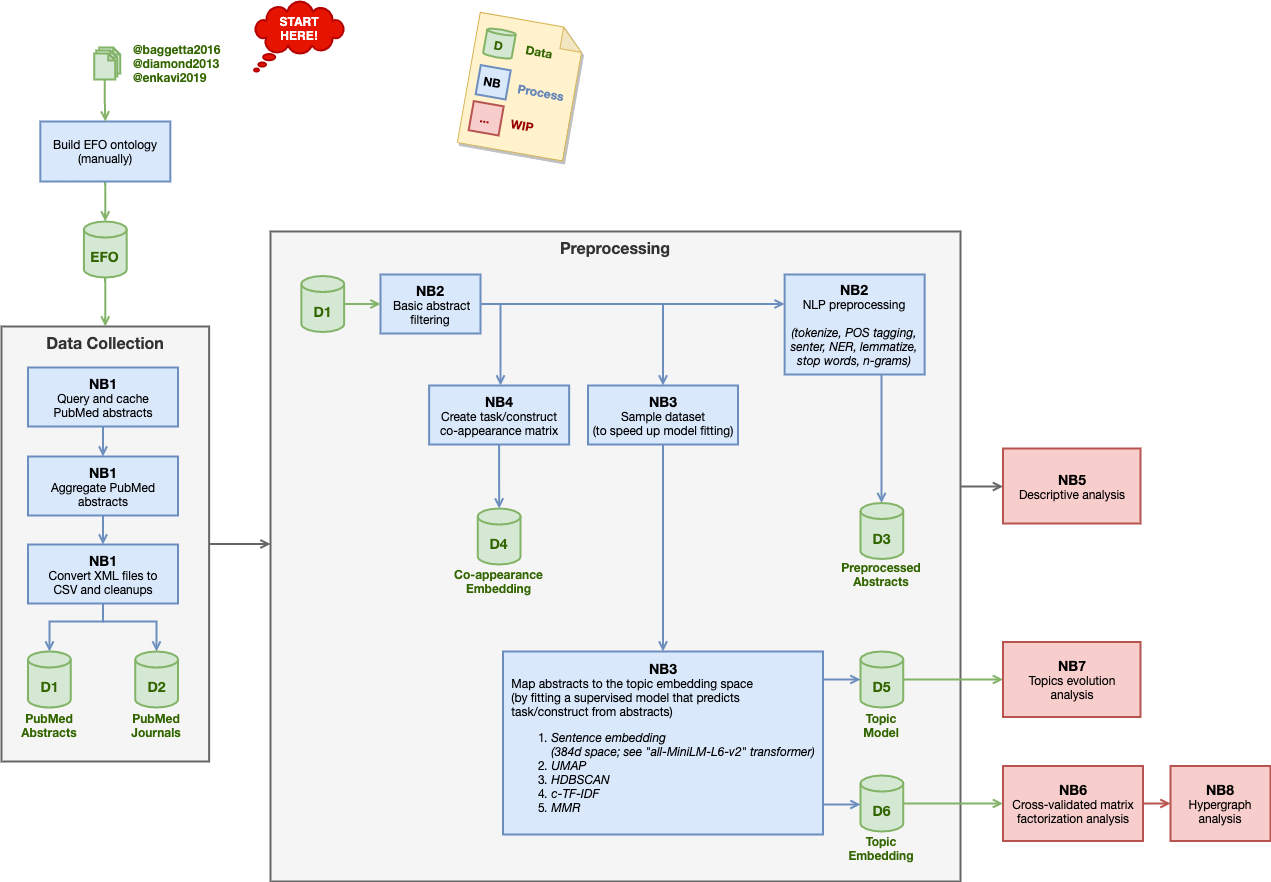
The draw.io diagram docs/pipeline.drawio.png in morteza/CogText, before a commit. Source tidied: cells renumbered, new cells last; positions are measured from the earlier drawing's top-left corner, leaving out a move shared by most shapes.
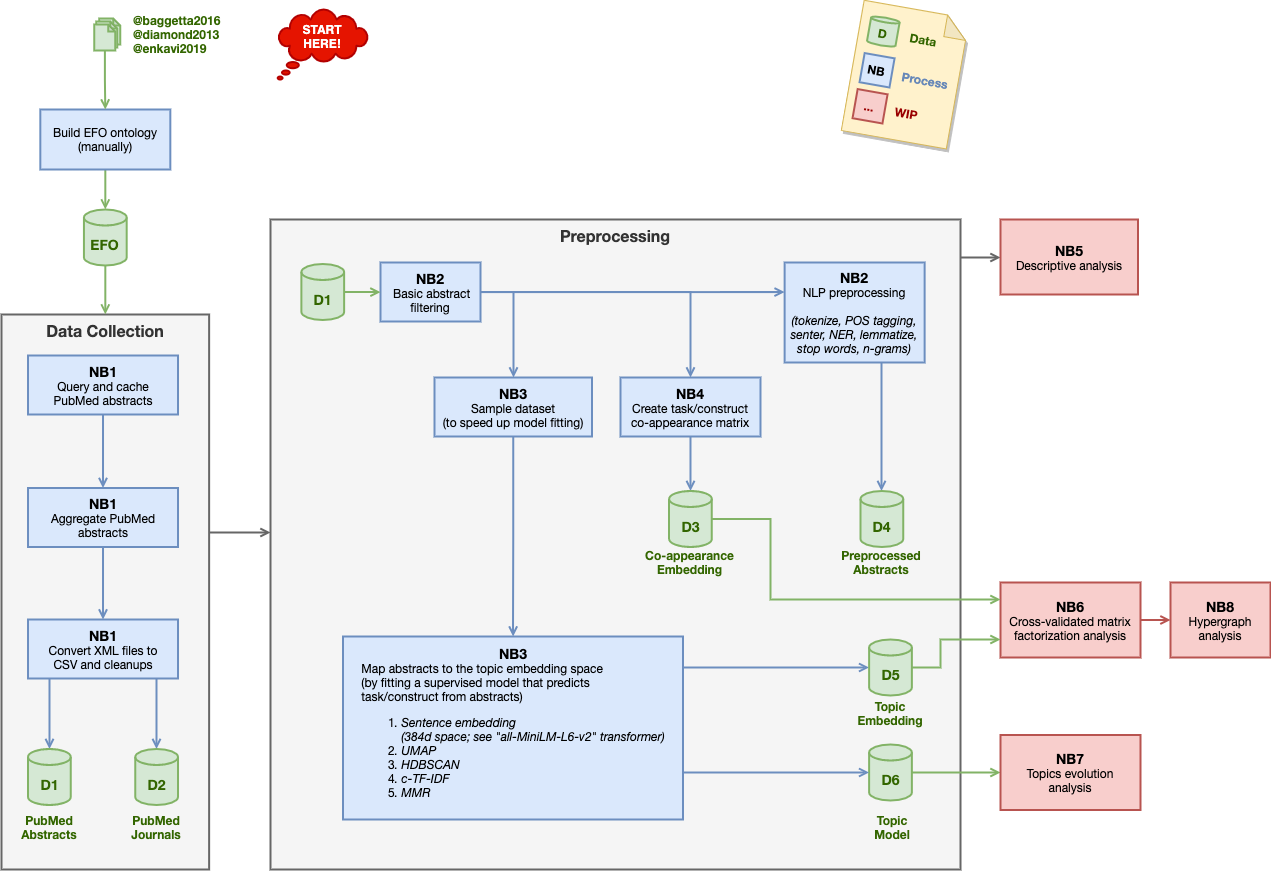
The same file after the commit.

Commit message:
change pipeline layout to make it a bit more readable while waiting for the traininng to be complete

Change to the diagram source:
```diff
@@ -7,4 +7,4 @@
         <Array as="points">
-          <mxPoint x="989" y="485" />
-          <mxPoint x="989" y="485" />
+          <mxPoint x="979" y="268" />
+          <mxPoint x="979" y="268" />
         </Array>
@@ -24,3 +24,3 @@
     <mxCell id="5" value="Data Collection" style="rounded=0;whiteSpace=wrap;html=1;align=center;verticalAlign=top;fillColor=#f5f5f5;fontStyle=1;fontSize=16;strokeWidth=2;strokeColor=#666666;fontColor=#333333;fontFamily=Helvetica Neue;" parent="1" vertex="1">
-      <mxGeometry y="325" width="207.6" height="435" as="geometry" />
+      <mxGeometry y="325" width="207.6" height="555" as="geometry" />
     </mxCell>
@@ -42,3 +42,3 @@
     <mxCell id="11" value="&lt;div&gt;&lt;/div&gt;&lt;b style=&quot;font-size: 14px&quot;&gt;&lt;div&gt;&lt;b&gt;&lt;font style=&quot;font-size: 14px&quot;&gt;NB6&lt;/font&gt;&lt;/b&gt;&lt;/div&gt;&lt;/b&gt;&lt;div&gt;Cross-validated matrix factorization analysis&lt;/div&gt;" style="whiteSpace=wrap;html=1;shadow=0;fillColor=#f8cecc;strokeColor=#b85450;sketch=0;verticalAlign=middle;align=center;spacingLeft=0;strokeWidth=2;fontFamily=Helvetica Neue;" parent="1" vertex="1">
-      <mxGeometry x="1001.5" y="764.5" width="140" height="75" as="geometry" />
+      <mxGeometry x="999" y="593" width="140" height="75" as="geometry" />
     </mxCell>
@@ -55,4 +55,4 @@
         <Array as="points">
-          <mxPoint x="102" y="620" />
-          <mxPoint x="155" y="620" />
+          <mxPoint x="155" y="710" />
+          <mxPoint x="155" y="710" />
         </Array>
@@ -63,4 +63,4 @@
         <Array as="points">
-          <mxPoint x="102" y="620" />
-          <mxPoint x="48" y="620" />
+          <mxPoint x="48" y="700" />
+          <mxPoint x="48" y="700" />
         </Array>
@@ -72,6 +72,6 @@
     <mxCell id="16" value="&lt;div&gt;&lt;/div&gt;&lt;b&gt;&lt;div&gt;&lt;b&gt;&lt;font style=&quot;font-size: 14px&quot;&gt;NB1&lt;/font&gt;&lt;/b&gt;&lt;/div&gt;&lt;/b&gt;&lt;div&gt;&lt;span&gt;Aggregate PubMed abstracts&lt;/span&gt;&lt;br&gt;&lt;/div&gt;" style="whiteSpace=wrap;html=1;shadow=0;fillColor=#dae8fc;strokeColor=#6c8ebf;sketch=0;verticalAlign=middle;align=center;spacingLeft=0;strokeWidth=2;fontFamily=Helvetica Neue;" parent="1" vertex="1">
-      <mxGeometry x="26.5" y="455" width="150" height="59" as="geometry" />
+      <mxGeometry x="26.5" y="498.5" width="150" height="59" as="geometry" />
     </mxCell>
     <mxCell id="17" value="D1" style="shape=cylinder3;whiteSpace=wrap;html=1;boundedLbl=1;backgroundOutline=1;size=8;shadow=0;glass=0;sketch=0;strokeColor=#82b366;fontStyle=1;fillColor=#d5e8d4;fontColor=#336600;fontSize=14;strokeWidth=2;fontFamily=Helvetica Neue;" parent="1" vertex="1">
-      <mxGeometry x="26.5" y="650" width="42.8" height="56" as="geometry" />
+      <mxGeometry x="26.5" y="759.5" width="42.8" height="56" as="geometry" />
     </mxCell>
@@ -81,3 +81,3 @@
     <mxCell id="19" value="&lt;b style=&quot;font-size: 14px&quot;&gt;NB4&lt;br&gt;&lt;/b&gt;Create task/construct&lt;br&gt;co-appearance matrix" style="whiteSpace=wrap;shadow=0;fillColor=#dae8fc;strokeColor=#6c8ebf;sketch=0;verticalAlign=middle;align=center;spacingLeft=0;html=1;strokeWidth=2;fontFamily=Helvetica Neue;" parent="1" vertex="1">
-      <mxGeometry x="427.6" y="384" width="140" height="59" as="geometry" />
+      <mxGeometry x="619" y="388" width="140" height="59" as="geometry" />
     </mxCell>
@@ -98,42 +98,29 @@
     <mxCell id="23" value="D2" style="shape=cylinder3;whiteSpace=wrap;html=1;boundedLbl=1;backgroundOutline=1;size=8;shadow=0;glass=0;sketch=0;strokeColor=#82b366;fontStyle=1;fillColor=#d5e8d4;fontColor=#336600;fontSize=14;strokeWidth=2;fontFamily=Helvetica Neue;" parent="1" vertex="1">
-      <mxGeometry x="133.8" y="650" width="42.8" height="56" as="geometry" />
+      <mxGeometry x="133.8" y="759.5" width="42.8" height="56" as="geometry" />
     </mxCell>
-    <mxCell id="24" value="D3" style="shape=cylinder3;whiteSpace=wrap;html=1;boundedLbl=1;backgroundOutline=1;size=8;shadow=0;glass=0;sketch=0;strokeColor=#82b366;fontStyle=1;fillColor=#d5e8d4;fontColor=#336600;fontSize=14;strokeWidth=2;fontFamily=Helvetica Neue;" parent="1" vertex="1">
+    <mxCell id="24" value="D4" style="shape=cylinder3;whiteSpace=wrap;html=1;boundedLbl=1;backgroundOutline=1;size=8;shadow=0;glass=0;sketch=0;strokeColor=#82b366;fontStyle=1;fillColor=#d5e8d4;fontColor=#336600;fontSize=14;strokeWidth=2;fontFamily=Helvetica Neue;" parent="1" vertex="1">
       <mxGeometry x="859" y="501.5" width="42.8" height="56" as="geometry" />
     </mxCell>
+    <mxCell id="66" style="edgeStyle=orthogonalEdgeStyle;rounded=0;jettySize=auto;html=1;endArrow=open;startSize=6;endSize=6;sourcePerimeterSpacing=0;targetPerimeterSpacing=0;fillColor=#d5e8d4;strokeColor=#82b366;strokeWidth=2;" parent="1" edge="1" source="25" target="11">
+      <mxGeometry relative="1" as="geometry">
+        <Array as="points">
+          <mxPoint x="769" y="530" />
+          <mxPoint x="769" y="610" />
+        </Array>
+      </mxGeometry>
+    </mxCell>
-    <mxCell id="25" value="D4" style="shape=cylinder3;whiteSpace=wrap;html=1;boundedLbl=1;backgroundOutline=1;size=8;shadow=0;glass=0;sketch=0;strokeColor=#82b366;fontStyle=1;fillColor=#d5e8d4;fontColor=#336600;fontSize=14;strokeWidth=2;fontFamily=Helvetica Neue;" parent="1" vertex="1">
-      <mxGeometry x="476.3" y="507" width="42.8" height="56" as="geometry" />
+    <mxCell id="25" value="D3" style="shape=cylinder3;whiteSpace=wrap;html=1;boundedLbl=1;backgroundOutline=1;size=8;shadow=0;glass=0;sketch=0;strokeColor=#82b366;fontStyle=1;fillColor=#d5e8d4;fontColor=#336600;fontSize=14;strokeWidth=2;fontFamily=Helvetica Neue;" parent="1" vertex="1">
+      <mxGeometry x="667.6" y="501.5" width="42.8" height="56" as="geometry" />
     </mxCell>
-    <mxCell id="26" style="edgeStyle=orthogonalEdgeStyle;rounded=0;jettySize=auto;html=1;fontSize=12;endArrow=open;endFill=0;startSize=6;endSize=6;sourcePerimeterSpacing=0;targetPerimeterSpacing=0;strokeWidth=2;fillColor=#d5e8d4;strokeColor=#82b366;fontFamily=Helvetica Neue;" parent="1" edge="1" source="27" target="11">
-      <mxGeometry relative="1" as="geometry">
-        <Array as="points">
-          <mxPoint x="1019" y="802" />
-          <mxPoint x="1019" y="802" />
-        </Array>
-      </mxGeometry>
-    </mxCell>
-    <mxCell id="27" value="D6" style="shape=cylinder3;whiteSpace=wrap;html=1;boundedLbl=1;backgroundOutline=1;size=8;shadow=0;glass=0;sketch=0;strokeColor=#82b366;fontStyle=1;fillColor=#d5e8d4;fontColor=#336600;fontSize=14;strokeWidth=2;fontFamily=Helvetica Neue;" parent="1" vertex="1">
-      <mxGeometry x="859" y="774" width="42.8" height="56" as="geometry" />
-    </mxCell>
-    <mxCell id="28" style="edgeStyle=orthogonalEdgeStyle;rounded=0;jettySize=auto;html=1;fontSize=16;endArrow=open;startSize=6;endSize=6;sourcePerimeterSpacing=0;targetPerimeterSpacing=0;strokeWidth=2;fillColor=#d5e8d4;strokeColor=#82b366;" parent="1" edge="1" source="29" target="39">
-      <mxGeometry relative="1" as="geometry">
-        <Array as="points">
-          <mxPoint x="1009" y="678" />
-          <mxPoint x="1009" y="678" />
-        </Array>
-      </mxGeometry>
+    <mxCell id="28" style="edgeStyle=orthogonalEdgeStyle;rounded=0;jettySize=auto;html=1;exitX=1;exitY=0.5;exitDx=0;exitDy=0;exitPerimeter=0;endArrow=open;startSize=6;endSize=6;sourcePerimeterSpacing=0;targetPerimeterSpacing=0;strokeWidth=2;fillColor=#d5e8d4;strokeColor=#82b366;" parent="1" edge="1" source="29" target="39">
+      <mxGeometry relative="1" as="geometry" />
     </mxCell>
-    <mxCell id="29" value="D5" style="shape=cylinder3;whiteSpace=wrap;html=1;boundedLbl=1;backgroundOutline=1;size=8;shadow=0;glass=0;sketch=0;strokeColor=#82b366;fontStyle=1;fillColor=#d5e8d4;fontColor=#336600;fontSize=14;strokeWidth=2;fontFamily=Helvetica Neue;" parent="1" vertex="1">
-      <mxGeometry x="859" y="650" width="42.8" height="56" as="geometry" />
+    <mxCell id="29" value="D6" style="shape=cylinder3;whiteSpace=wrap;html=1;boundedLbl=1;backgroundOutline=1;size=8;shadow=0;glass=0;sketch=0;strokeColor=#82b366;fontStyle=1;fillColor=#d5e8d4;fontColor=#336600;fontSize=14;strokeWidth=2;fontFamily=Helvetica Neue;" parent="1" vertex="1">
+      <mxGeometry x="867.6" y="755" width="42.8" height="56" as="geometry" />
     </mxCell>
     <mxCell id="30" style="edgeStyle=orthogonalEdgeStyle;rounded=0;jettySize=auto;html=1;fontSize=14;fontColor=#336600;endArrow=open;endFill=0;fillColor=#dae8fc;strokeColor=#6c8ebf;strokeWidth=2;fontFamily=Helvetica Neue;" parent="1" edge="1" source="31" target="34">
-      <mxGeometry relative="1" as="geometry">
-        <Array as="points">
-          <mxPoint x="662" y="540" />
-          <mxPoint x="662" y="540" />
-        </Array>
-      </mxGeometry>
+      <mxGeometry relative="1" as="geometry" />
     </mxCell>
     <mxCell id="31" value="&lt;div&gt;&lt;/div&gt;&lt;b style=&quot;font-size: 14px&quot;&gt;&lt;div&gt;&lt;b&gt;&lt;font style=&quot;font-size: 14px&quot;&gt;NB3&lt;/font&gt;&lt;/b&gt;&lt;/div&gt;&lt;/b&gt;&lt;div&gt;&lt;font style=&quot;font-size: 12px&quot;&gt;Sample dataset&lt;br&gt;(to speed up model fitting)&lt;/font&gt;&lt;br&gt;&lt;/div&gt;" style="whiteSpace=wrap;html=1;shadow=0;fillColor=#dae8fc;strokeColor=#6c8ebf;sketch=0;verticalAlign=middle;align=center;spacingLeft=0;strokeWidth=2;fontFamily=Helvetica Neue;" parent="1" vertex="1">
-      <mxGeometry x="586.5" y="384" width="150" height="59" as="geometry" />
+      <mxGeometry x="433" y="388" width="157.5" height="59" as="geometry" />
     </mxCell>
@@ -142,4 +129,4 @@
         <Array as="points">
-          <mxPoint x="839" y="678" />
-          <mxPoint x="839" y="678" />
+          <mxPoint x="729" y="783" />
+          <mxPoint x="729" y="783" />
         </Array>
@@ -150,4 +137,4 @@
         <Array as="points">
-          <mxPoint x="849" y="803" />
-          <mxPoint x="849" y="803" />
+          <mxPoint x="769" y="678" />
+          <mxPoint x="769" y="678" />
         </Array>
@@ -156,18 +143,18 @@
     <mxCell id="34" value="&lt;div&gt;&lt;/div&gt;&lt;div style=&quot;font-size: 14px&quot;&gt;&lt;b&gt;&lt;font style=&quot;font-size: 14px&quot;&gt;NB3&lt;/font&gt;&lt;/b&gt;&lt;/div&gt;&lt;div&gt;&lt;div style=&quot;text-align: left&quot;&gt;&lt;span&gt;Map abstracts to the topic embedding space&lt;/span&gt;&lt;/div&gt;&lt;font style=&quot;font-size: 12px&quot;&gt;&lt;span style=&quot;font-weight: normal&quot;&gt;&lt;div style=&quot;text-align: left&quot;&gt;&lt;span&gt;(by fitting a supervised model that predicts&lt;/span&gt;&lt;/div&gt;&lt;div style=&quot;text-align: left&quot;&gt;&lt;span&gt;task/construct from abstracts)&lt;/span&gt;&lt;/div&gt;&lt;/span&gt;&lt;/font&gt;&lt;/div&gt;&lt;div&gt;&lt;ol&gt;&lt;li&gt;&lt;div style=&quot;text-align: left&quot;&gt;&lt;i&gt;Sentence embedding&lt;br&gt;(384d space; see &quot;&lt;/i&gt;&lt;i&gt;all-MiniLM-L6-v2&quot; transformer)&lt;/i&gt;&lt;/div&gt;&lt;/li&gt;&lt;li style=&quot;text-align: left&quot;&gt;&lt;span&gt;&lt;i&gt;&lt;font style=&quot;font-size: 12px&quot;&gt;UMAP&lt;/font&gt;&lt;/i&gt;&lt;/span&gt;&lt;/li&gt;&lt;li style=&quot;text-align: left&quot;&gt;&lt;span&gt;&lt;i&gt;&lt;font style=&quot;font-size: 12px&quot;&gt;HDBSCAN&lt;/font&gt;&lt;/i&gt;&lt;/span&gt;&lt;/li&gt;&lt;li style=&quot;text-align: left&quot;&gt;&lt;span&gt;&lt;i&gt;&lt;font style=&quot;font-size: 12px&quot;&gt;c-TF-IDF&lt;/font&gt;&lt;/i&gt;&lt;/span&gt;&lt;/li&gt;&lt;li style=&quot;text-align: left&quot;&gt;&lt;i&gt;&lt;font style=&quot;font-size: 12px&quot;&gt;MMR&lt;br&gt;&lt;/font&gt;&lt;/i&gt;&lt;/li&gt;&lt;/ol&gt;&lt;/div&gt;" style="whiteSpace=wrap;html=1;shadow=0;fillColor=#dae8fc;strokeColor=#6c8ebf;sketch=0;verticalAlign=middle;align=center;spacingLeft=0;spacingBottom=0;spacingRight=0;strokeWidth=2;fontFamily=Helvetica Neue;" parent="1" vertex="1">
-      <mxGeometry x="501.5" y="650" width="320" height="183" as="geometry" />
+      <mxGeometry x="341.5" y="647" width="340" height="183" as="geometry" />
     </mxCell>
     <mxCell id="35" value="Co-appearance Embedding" style="text;html=1;strokeColor=none;fillColor=none;align=center;verticalAlign=middle;whiteSpace=wrap;rounded=0;shadow=1;glass=0;labelBackgroundColor=none;sketch=0;fontSize=12;fontColor=#336600;fontStyle=1;fontFamily=Helvetica Neue;" parent="1" vertex="1">
-      <mxGeometry x="445.1" y="570" width="105" height="20" as="geometry" />
+      <mxGeometry x="636.5" y="563" width="105" height="20" as="geometry" />
     </mxCell>
-    <mxCell id="36" value="Topic Model" style="text;html=1;strokeColor=none;fillColor=none;align=center;verticalAlign=middle;whiteSpace=wrap;rounded=0;shadow=1;glass=0;labelBackgroundColor=none;sketch=0;fontSize=12;fontColor=#336600;fontStyle=1;fontFamily=Helvetica Neue;" parent="1" vertex="1">
-      <mxGeometry x="850.4" y="714" width="60" height="20" as="geometry" />
+    <mxCell id="36" value="Topic Embedding" style="text;html=1;strokeColor=none;fillColor=none;align=center;verticalAlign=middle;whiteSpace=wrap;rounded=0;shadow=1;glass=0;labelBackgroundColor=none;sketch=0;fontSize=12;fontColor=#336600;fontStyle=1;fontFamily=Helvetica Neue;" parent="1" vertex="1">
+      <mxGeometry x="859" y="714" width="60" height="20" as="geometry" />
     </mxCell>
-    <mxCell id="37" value="Topic Embedding" style="text;html=1;strokeColor=none;fillColor=none;align=center;verticalAlign=middle;whiteSpace=wrap;rounded=0;shadow=1;glass=0;labelBackgroundColor=none;sketch=0;fontSize=12;fontColor=#336600;fontStyle=1;fontFamily=Helvetica Neue;" parent="1" vertex="1">
-      <mxGeometry x="850.4" y="837" width="60" height="20" as="geometry" />
+    <mxCell id="37" value="Topic Model" style="text;html=1;strokeColor=none;fillColor=none;align=center;verticalAlign=middle;whiteSpace=wrap;rounded=0;shadow=1;glass=0;labelBackgroundColor=none;sketch=0;fontSize=12;fontColor=#336600;fontStyle=1;fontFamily=Helvetica Neue;" parent="1" vertex="1">
+      <mxGeometry x="861.1" y="828" width="60" height="20" as="geometry" />
     </mxCell>
     <mxCell id="38" value="&lt;div&gt;&lt;/div&gt;&lt;b style=&quot;font-size: 14px&quot;&gt;&lt;div&gt;&lt;b&gt;&lt;font style=&quot;font-size: 14px&quot;&gt;NB8&lt;/font&gt;&lt;/b&gt;&lt;/div&gt;&lt;/b&gt;&lt;div&gt;Hypergraph analysis&lt;/div&gt;" style="whiteSpace=wrap;html=1;shadow=0;fillColor=#f8cecc;strokeColor=#b85450;sketch=0;verticalAlign=middle;align=center;spacingLeft=0;strokeWidth=2;fontFamily=Helvetica Neue;" parent="1" vertex="1">
-      <mxGeometry x="1169" y="764.5" width="100" height="75" as="geometry" />
+      <mxGeometry x="1169" y="593" width="100" height="75" as="geometry" />
     </mxCell>
     <mxCell id="39" value="&lt;div&gt;&lt;/div&gt;&lt;b style=&quot;font-size: 14px&quot;&gt;&lt;div&gt;&lt;b&gt;&lt;font style=&quot;font-size: 14px&quot;&gt;NB7&lt;/font&gt;&lt;/b&gt;&lt;/div&gt;&lt;/b&gt;&lt;div&gt;Topics evolution&lt;br&gt;analysis&lt;/div&gt;" style="whiteSpace=wrap;html=1;shadow=0;fillColor=#f8cecc;strokeColor=#b85450;sketch=0;verticalAlign=middle;align=center;spacingLeft=0;strokeWidth=2;fontFamily=Helvetica Neue;" parent="1" vertex="1">
-      <mxGeometry x="1001.5" y="640.5" width="137.5" height="75" as="geometry" />
+      <mxGeometry x="999" y="745.5" width="140" height="75" as="geometry" />
     </mxCell>
@@ -177,6 +164,6 @@
     <mxCell id="41" value="&lt;div&gt;&lt;/div&gt;&lt;b style=&quot;font-size: 14px&quot;&gt;&lt;div&gt;&lt;b&gt;&lt;font style=&quot;font-size: 14px&quot;&gt;NB5&lt;/font&gt;&lt;/b&gt;&lt;/div&gt;&lt;/b&gt;&lt;div&gt;Descriptive analysis&lt;/div&gt;" style="whiteSpace=wrap;html=1;shadow=0;fillColor=#f8cecc;strokeColor=#b85450;sketch=0;verticalAlign=middle;align=center;spacingLeft=0;strokeWidth=2;fontFamily=Helvetica Neue;" parent="1" vertex="1">
-      <mxGeometry x="1001.5" y="447" width="137.5" height="75" as="geometry" />
+      <mxGeometry x="999" y="230" width="137.5" height="75" as="geometry" />
     </mxCell>
     <mxCell id="42" style="group;fontFamily=Helvetica Neue;" parent="1" vertex="1">
-      <mxGeometry x="91.8" y="37" width="148.2" height="50" as="geometry" />
+      <mxGeometry x="91.8" y="20" width="148.2" height="50" as="geometry" />
     </mxCell>
@@ -195,3 +182,3 @@
     <mxCell id="47" style="group;rotation=10;shadow=0;fontFamily=Helvetica Neue;" parent="1" vertex="1">
-      <mxGeometry x="466.5" y="20" width="120" height="132.2" as="geometry" />
+      <mxGeometry x="850.4" y="20" width="120" height="132.2" as="geometry" />
     </mxCell>
@@ -219,6 +206,6 @@
     <mxCell id="55" value="PubMed Abstracts" style="text;html=1;strokeColor=none;fillColor=none;align=center;verticalAlign=middle;whiteSpace=wrap;rounded=0;shadow=1;glass=0;labelBackgroundColor=none;sketch=0;fontSize=12;fontColor=#336600;fontStyle=1;fontFamily=Helvetica Neue;" parent="1" vertex="1">
-      <mxGeometry x="17.9" y="714" width="60" height="20" as="geometry" />
+      <mxGeometry x="17.9" y="828" width="60" height="20" as="geometry" />
     </mxCell>
     <mxCell id="56" value="PubMed Journals" style="text;html=1;strokeColor=none;fillColor=none;align=center;verticalAlign=middle;whiteSpace=wrap;rounded=0;shadow=1;glass=0;labelBackgroundColor=none;sketch=0;fontSize=12;fontColor=#336600;fontStyle=1;fontFamily=Helvetica Neue;" parent="1" vertex="1">
-      <mxGeometry x="125.1" y="714" width="60" height="20" as="geometry" />
+      <mxGeometry x="125.1" y="828" width="60" height="20" as="geometry" />
     </mxCell>
@@ -228,3 +215,3 @@
     <mxCell id="58" value="&lt;b style=&quot;font-size: 14px&quot;&gt;NB1&lt;br&gt;&lt;/b&gt;Convert XML files to&lt;br&gt;CSV and cleanups" style="whiteSpace=wrap;shadow=0;sketch=0;verticalAlign=middle;align=center;spacingLeft=0;fillColor=#dae8fc;strokeColor=#6c8ebf;html=1;strokeWidth=2;fontFamily=Helvetica Neue;" parent="1" vertex="1">
-      <mxGeometry x="26.5" y="543" width="150" height="59" as="geometry" />
+      <mxGeometry x="26.5" y="630" width="150" height="59" as="geometry" />
     </mxCell>
@@ -233,3 +220,3 @@
         <Array as="points">
-          <mxPoint x="499" y="303" />
+          <mxPoint x="689" y="303" />
         </Array>
@@ -238,3 +225,7 @@
     <mxCell id="60" style="edgeStyle=orthogonalEdgeStyle;rounded=0;jettySize=auto;html=1;fontSize=12;endArrow=open;startSize=6;endSize=6;sourcePerimeterSpacing=0;targetPerimeterSpacing=0;strokeWidth=2;fillColor=#dae8fc;strokeColor=#6c8ebf;fontFamily=Helvetica Neue;" parent="1" edge="1" source="61" target="31">
-      <mxGeometry relative="1" as="geometry" />
+      <mxGeometry relative="1" as="geometry">
+        <Array as="points">
+          <mxPoint x="512" y="303" />
+        </Array>
+      </mxGeometry>
     </mxCell>
@@ -253,4 +244,15 @@
     <mxCell id="65" value="START&lt;br&gt;HERE!" style="whiteSpace=wrap;html=1;shape=mxgraph.basic.cloud_callout;hachureGap=4;verticalAlign=middle;spacingBottom=16;fontStyle=1;strokeWidth=2;fillColor=#e51400;strokeColor=#B20000;fontColor=#ffffff;flipH=0;" parent="1" vertex="1">
-      <mxGeometry x="252.6" width="90" height="70" as="geometry" />
+      <mxGeometry x="276.2" y="20" width="90" height="70" as="geometry" />
     </mxCell>
+    <mxCell id="26" style="edgeStyle=orthogonalEdgeStyle;rounded=0;jettySize=auto;html=1;endArrow=open;startSize=6;endSize=6;sourcePerimeterSpacing=0;targetPerimeterSpacing=0;strokeWidth=2;fillColor=#d5e8d4;strokeColor=#82b366;" parent="1" edge="1" source="27" target="11">
+      <mxGeometry relative="1" as="geometry">
+        <Array as="points">
+          <mxPoint x="939" y="678" />
+          <mxPoint x="939" y="650" />
+        </Array>
+      </mxGeometry>
+    </mxCell>
+    <mxCell id="27" value="D5" style="shape=cylinder3;whiteSpace=wrap;html=1;boundedLbl=1;backgroundOutline=1;size=8;shadow=0;glass=0;sketch=0;strokeColor=#82b366;fontStyle=1;fillColor=#d5e8d4;fontColor=#336600;fontSize=14;strokeWidth=2;fontFamily=Helvetica Neue;" parent="1" vertex="1">
+      <mxGeometry x="867.6" y="650" width="42.8" height="56" as="geometry" />
+    </mxCell>
   </root>
```
